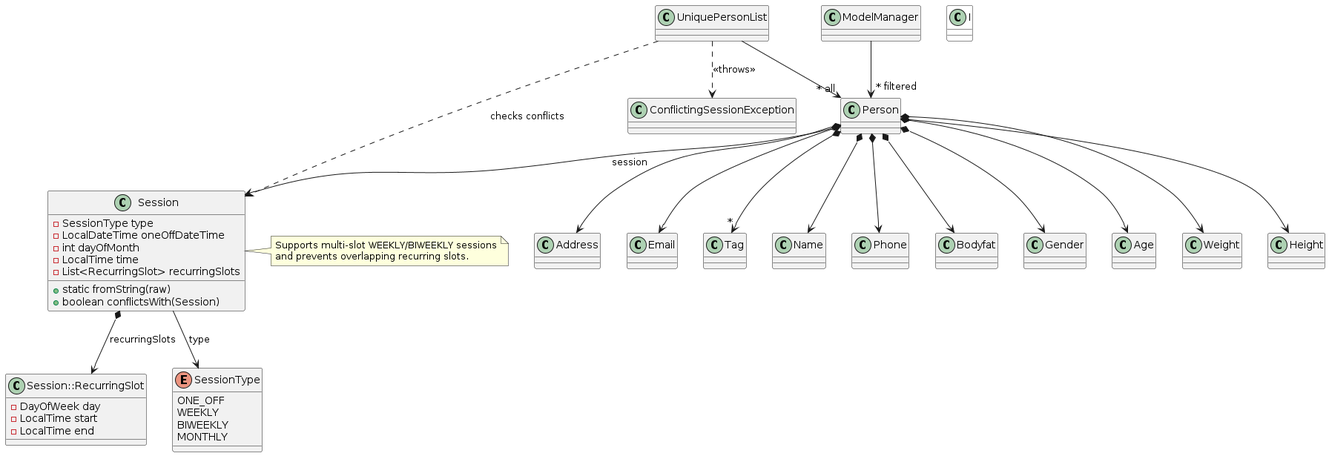
Before: diagrams/ModelClassDiagram.png, a diagram exported from PlantUML (AY2526S1-CS2103T-F09-4/tp). Its source is kept beside it as diagrams/ModelClassDiagram.puml.
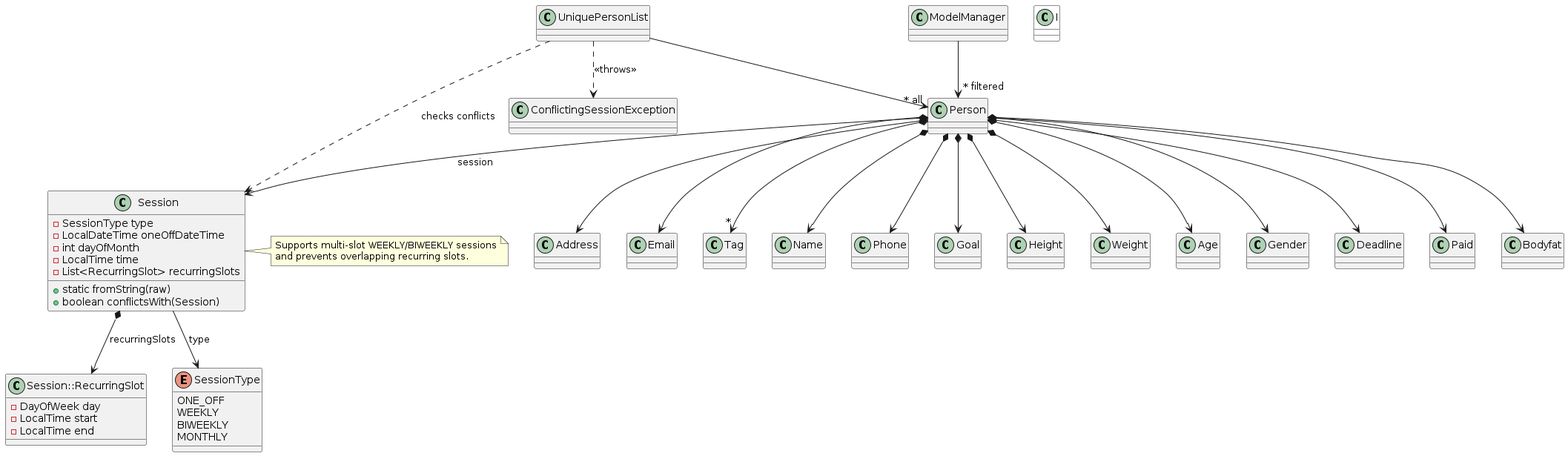
After the commit.

Diff of the diagram source:
```diff
@@ -36,11 +36,14 @@
 Person *--> Phone
 Person *--> Email
 Person *--> Address
+Person *--> Goal
+Person *--> Height
+Person *--> Weight
+Person *--> Age
+Person *--> Gender
+Person *--> Deadline
+Person *--> Paid
 Person *--> Bodyfat
-Person *--> Gender
-Person *--> Age
-Person *--> Weight
-Person *--> Height
 Person *--> "*" Tag
 Person *--> Session : session
 Session *--> SessionRecurringSlot : recurringSlots
```
